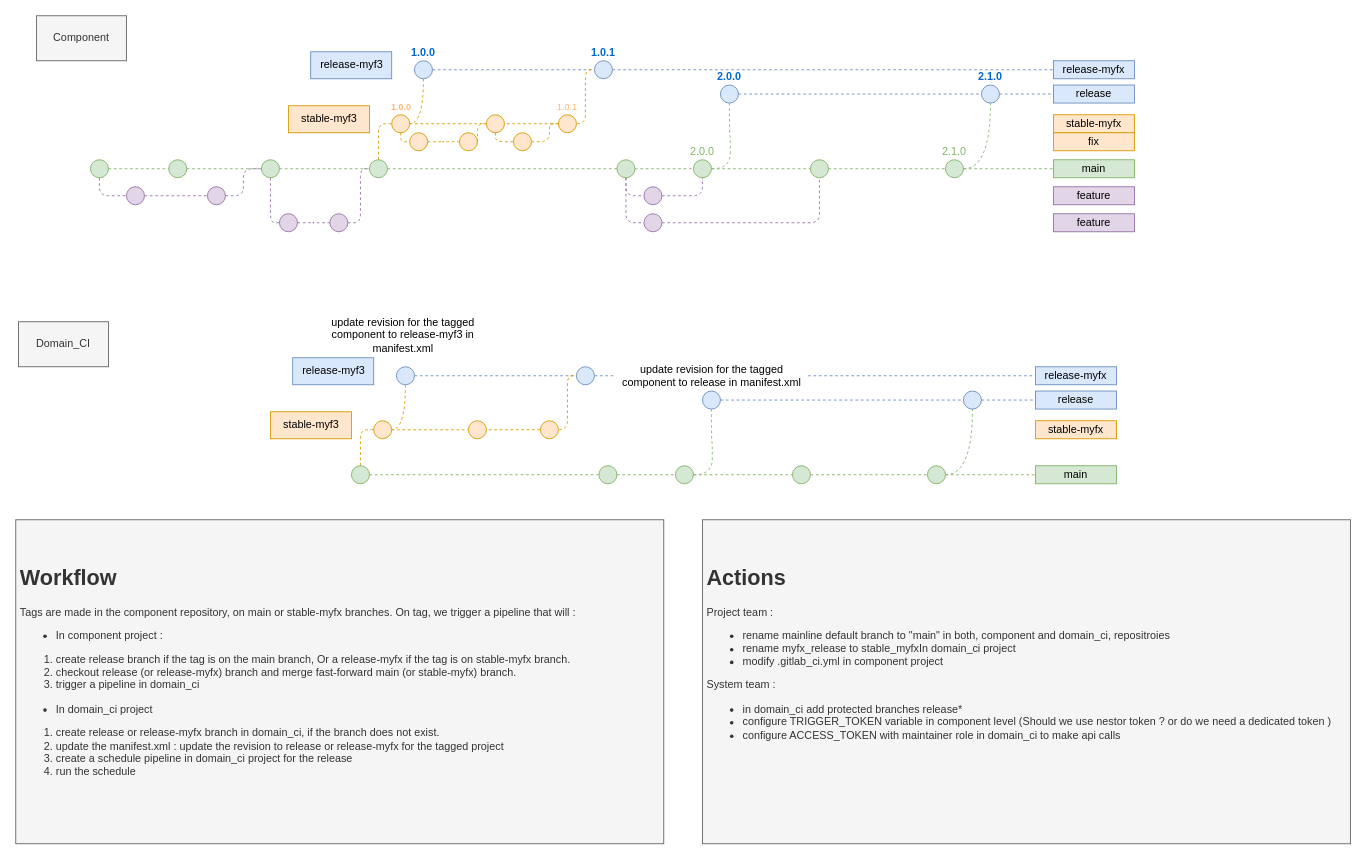
Before: page "gitflow" (1 of 2) of Untitled Diagram.drawio in salmen/renault, a draw.io diagram. Source tidied: cells renumbered, new cells numbered last; positions are measured from the earlier drawing's top-left corner, leaving out a move shared by most shapes. Both pictures are drawn from the tidied source at 90%, with x=0, y=0 at pixel (15, 15). Pictures stored in the file or linked from it are replaced by grey dashed boxes.
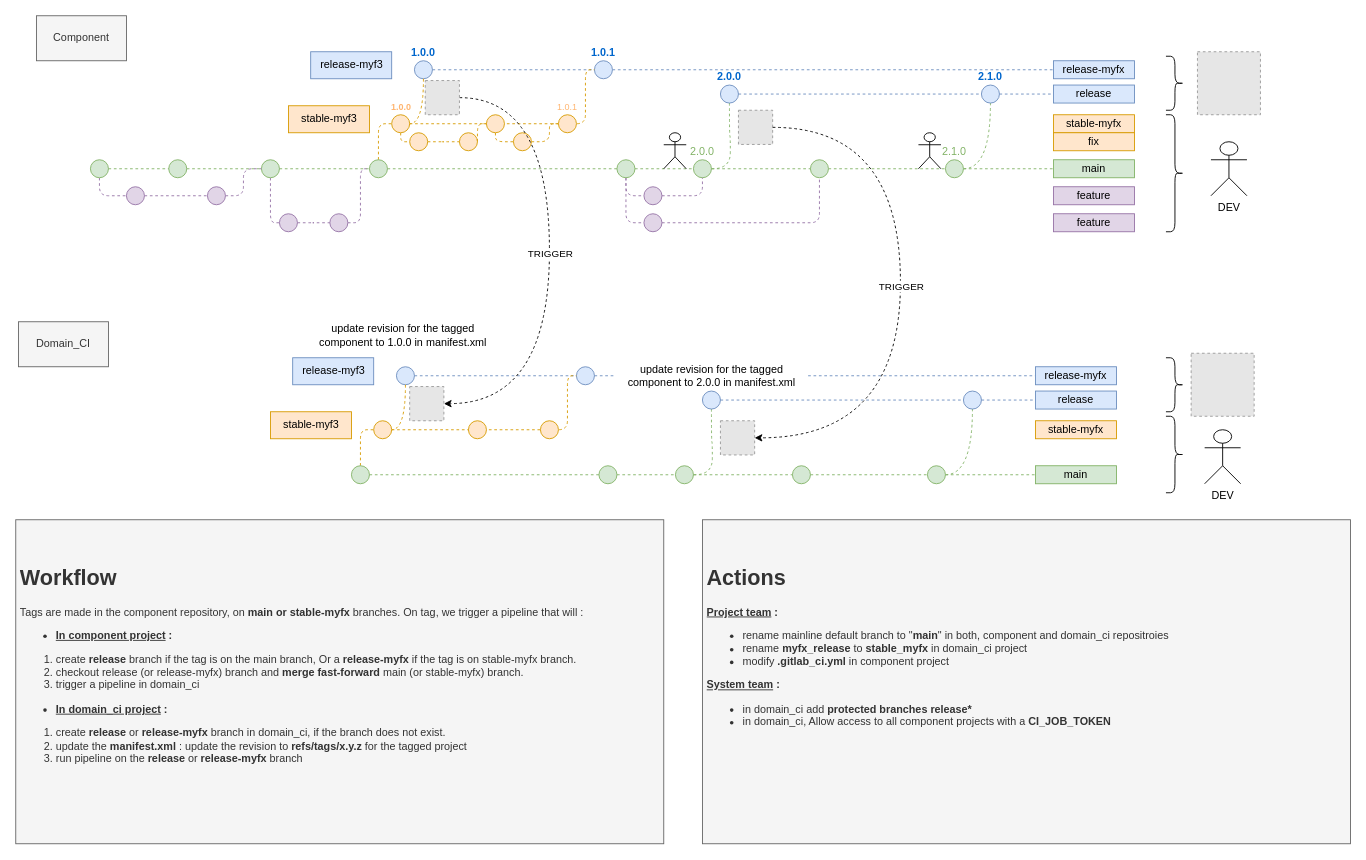
The same diagram, later.

The edit, as a diff of the source:
```diff
@@
-    <mxCell id="66" value="&lt;h1 style=&quot;border-color: var(--border-color);&quot;&gt;&lt;br&gt;&lt;/h1&gt;&lt;h1&gt;Workflow&lt;/h1&gt;&lt;p&gt;Tags are made in the component repository, on main or stable-myfx branches. On tag, we trigger a pipeline that will :&amp;nbsp;&lt;/p&gt;&lt;p&gt;&lt;/p&gt;&lt;ul&gt;&lt;li&gt;In component project :&lt;/li&gt;&lt;/ul&gt;&lt;p&gt;&lt;/p&gt;&lt;p&gt;&lt;/p&gt;&lt;ol&gt;&lt;li&gt;create release branch if the tag is on the main branch, Or a release-myfx if the tag is on stable-myfx branch.&lt;/li&gt;&lt;li&gt;checkout release (or release-myfx) branch and merge fast-forward main (or stable-myfx) branch.&lt;/li&gt;&lt;li&gt;trigger a pipeline in domain_ci&lt;/li&gt;&lt;/ol&gt;&lt;ul&gt;&lt;li&gt;In domain_ci project&lt;/li&gt;&lt;/ul&gt;&lt;ol&gt;&lt;li&gt;create release or release-myfx branch in domain_ci, if the branch does not exist.&lt;/li&gt;&lt;li&gt;&lt;span style=&quot;background-color: initial;&quot;&gt;update the manifest.xml : update the revision to release or release-myfx for the tagged project&lt;/span&gt;&lt;br&gt;&lt;/li&gt;&lt;li&gt;create a schedule pipeline in domain_ci project for the release&lt;/li&gt;&lt;li&gt;run the schedule&lt;/li&gt;&lt;/ol&gt;&lt;p&gt;&lt;/p&gt;" style="text;html=1;strokeColor=#666666;fillColor=#f5f5f5;spacing=5;spacingTop=-20;whiteSpace=wrap;overflow=hidden;rounded=0;fontSize=12;fontFamily=Helvetica;fontColor=#333333;" parent="1" vertex="1">
+    <mxCell id="66" value="&lt;h1 style=&quot;border-color: var(--border-color);&quot;&gt;&lt;br&gt;&lt;/h1&gt;&lt;h1&gt;Workflow&lt;/h1&gt;&lt;p&gt;Tags are made in the component repository, on &lt;b&gt;main or stable-myfx&lt;/b&gt; branches. On tag, we trigger a pipeline that will :&amp;nbsp;&lt;/p&gt;&lt;p&gt;&lt;/p&gt;&lt;ul&gt;&lt;li&gt;&lt;b style=&quot;&quot;&gt;&lt;u&gt;In component project&lt;/u&gt; :&lt;/b&gt;&lt;/li&gt;&lt;/ul&gt;&lt;p&gt;&lt;/p&gt;&lt;p&gt;&lt;/p&gt;&lt;ol&gt;&lt;li&gt;create &lt;b&gt;release&lt;/b&gt; branch if the tag is on the main branch, Or a&lt;b&gt; release-myfx&lt;/b&gt; if the tag is on stable-myfx branch.&lt;/li&gt;&lt;li&gt;checkout release (or release-myfx) branch and &lt;b&gt;merge fast-forward&lt;/b&gt; main (or stable-myfx) branch.&lt;/li&gt;&lt;li&gt;trigger a pipeline in domain_ci&lt;/li&gt;&lt;/ol&gt;&lt;ul&gt;&lt;li&gt;&lt;b style=&quot;&quot;&gt;&lt;u&gt;In domain_ci project&lt;/u&gt; :&lt;/b&gt;&lt;/li&gt;&lt;/ul&gt;&lt;ol&gt;&lt;li&gt;create &lt;b&gt;release&lt;/b&gt; or &lt;b&gt;release-myfx&lt;/b&gt; branch in domain_ci, if the branch does not exist.&lt;/li&gt;&lt;li&gt;&lt;span style=&quot;background-color: initial;&quot;&gt;update the &lt;b&gt;manifest.xml&lt;/b&gt; : update the revision to &lt;b&gt;refs/tags/x.y.z&lt;/b&gt; for the tagged project&lt;/span&gt;&lt;br&gt;&lt;/li&gt;&lt;li&gt;&lt;span style=&quot;background-color: initial;&quot;&gt;run pipeline on the &lt;b&gt;release&lt;/b&gt; or &lt;b&gt;release-myfx&lt;/b&gt; branch&lt;/span&gt;&lt;br&gt;&lt;/li&gt;&lt;/ol&gt;&lt;p&gt;&lt;/p&gt;" style="text;html=1;strokeColor=#666666;fillColor=#f5f5f5;spacing=5;spacingTop=-20;whiteSpace=wrap;overflow=hidden;rounded=0;fontSize=12;fontFamily=Helvetica;fontColor=#333333;" parent="1" vertex="1">
       <mxGeometry y="560" width="720" height="360" as="geometry" />
     </mxCell>
@@
-    <mxCell id="100" value="&lt;h1 style=&quot;border-color: var(--border-color);&quot;&gt;&lt;br&gt;&lt;/h1&gt;&lt;h1&gt;&lt;span style=&quot;background-color: initial;&quot;&gt;Actions&lt;/span&gt;&lt;/h1&gt;&lt;div&gt;Project team :&amp;nbsp;&lt;/div&gt;&lt;ul&gt;&lt;li&gt;&lt;span style=&quot;background-color: initial;&quot;&gt;rename mainline default branch to &quot;main&quot; in both, component and domain_ci, repositroies&amp;nbsp;&lt;/span&gt;&lt;/li&gt;&lt;li&gt;&lt;span style=&quot;background-color: initial;&quot;&gt;rename myfx_release to stable_myfx&lt;/span&gt;In domain_ci project&lt;/li&gt;&lt;li&gt;modify .gitlab_ci.yml in component project&lt;/li&gt;&lt;/ul&gt;&lt;div&gt;System team :&amp;nbsp;&lt;/div&gt;&lt;ul&gt;&lt;li&gt;in domain_ci add protected branches release*&lt;/li&gt;&lt;li&gt;configure TRIGGER_TOKEN variable in component level (Should we use nestor token ? or do we need a dedicated token )&lt;/li&gt;&lt;li&gt;configure ACCESS_TOKEN with maintainer role in domain_ci to make api calls&lt;/li&gt;&lt;/ul&gt;&lt;p&gt;&lt;/p&gt;" style="text;html=1;strokeColor=#666666;fillColor=#f5f5f5;spacing=5;spacingTop=-20;whiteSpace=wrap;overflow=hidden;rounded=0;fontSize=12;fontFamily=Helvetica;fontColor=#333333;" parent="1" vertex="1">
+    <mxCell id="100" value="&lt;h1 style=&quot;border-color: var(--border-color);&quot;&gt;&lt;br&gt;&lt;/h1&gt;&lt;h1&gt;&lt;span style=&quot;background-color: initial;&quot;&gt;Actions&lt;/span&gt;&lt;/h1&gt;&lt;div&gt;&lt;b&gt;&lt;u&gt;Project team&lt;/u&gt; :&lt;/b&gt;&lt;/div&gt;&lt;ul&gt;&lt;li&gt;&lt;span style=&quot;background-color: initial;&quot;&gt;rename mainline default branch to &quot;&lt;b&gt;main&lt;/b&gt;&quot; in both, component and domain_ci repositroies&amp;nbsp;&lt;/span&gt;&lt;/li&gt;&lt;li&gt;&lt;span style=&quot;background-color: initial;&quot;&gt;rename &lt;b&gt;myfx_release&lt;/b&gt; to &lt;b&gt;stable_myfx&lt;/b&gt; i&lt;/span&gt;n domain_ci project&lt;/li&gt;&lt;li&gt;modify &lt;b&gt;.gitlab_ci.yml&lt;/b&gt; in component project&lt;/li&gt;&lt;/ul&gt;&lt;div&gt;&lt;b&gt;&lt;u&gt;System team&lt;/u&gt; :&lt;/b&gt;&lt;/div&gt;&lt;ul&gt;&lt;li&gt;in domain_ci add &lt;b&gt;protected branches release*&lt;/b&gt;&lt;/li&gt;&lt;li&gt;in domain_ci, Allow access to all component projects with a &lt;b&gt;CI_JOB_TOKEN&lt;/b&gt;&lt;/li&gt;&lt;/ul&gt;&lt;p&gt;&lt;/p&gt;" style="text;html=1;strokeColor=#666666;fillColor=#f5f5f5;spacing=5;spacingTop=-20;whiteSpace=wrap;overflow=hidden;rounded=0;fontSize=12;fontFamily=Helvetica;fontColor=#333333;" parent="1" vertex="1">
       <mxGeometry x="763" y="560" width="720" height="360" as="geometry" />
     </mxCell>
-    <mxCell id="101" value="update revision for the tagged component to release-myf3 in manifest.xml&lt;br&gt;" style="text;html=1;strokeColor=none;fillColor=none;align=center;verticalAlign=middle;whiteSpace=wrap;rounded=0;" parent="1" vertex="1">
+    <mxCell id="101" value="update revision for the tagged component to 1.0.0 in manifest.xml" style="text;html=1;strokeColor=none;fillColor=none;align=center;verticalAlign=middle;whiteSpace=wrap;rounded=0;" parent="1" vertex="1">
       <mxGeometry x="323" y="330" width="214.7" height="50" as="geometry" />
     </mxCell>
@@
-    <mxCell id="103" value="update revision for the tagged component to release in manifest.xml" style="text;html=1;strokeColor=none;fillColor=none;align=center;verticalAlign=middle;whiteSpace=wrap;rounded=0;" parent="1" vertex="1">
+    <mxCell id="103" value="update revision for the tagged component to 2.0.0 in manifest.xml" style="text;html=1;strokeColor=none;fillColor=none;align=center;verticalAlign=middle;whiteSpace=wrap;rounded=0;" parent="1" vertex="1">
       <mxGeometry x="665.7" y="375" width="214.7" height="50" as="geometry" />
     </mxCell>
+    <mxCell id="104" value="DEV" style="shape=umlActor;verticalLabelPosition=bottom;verticalAlign=top;html=1;" parent="1" vertex="1">
+      <mxGeometry x="1328" y="140" width="40" height="60" as="geometry" />
+    </mxCell>
+    <mxCell id="105" style="fillColor=#E6E6E6;strokeColor=#999999;dashed=1;verticalLabelPosition=bottom;labelBackgroundColor=default;verticalAlign=top;" parent="1" vertex="1">
+      <mxGeometry x="1313" y="40" width="70" height="70" as="geometry" />
+    </mxCell>
+    <mxCell id="106" value="DEV" style="shape=umlActor;verticalLabelPosition=bottom;verticalAlign=top;html=1;" parent="1" vertex="1">
+      <mxGeometry x="1321" y="460" width="40" height="60" as="geometry" />
+    </mxCell>
+    <mxCell id="107" style="fillColor=#E6E6E6;strokeColor=#999999;dashed=1;verticalLabelPosition=bottom;labelBackgroundColor=default;verticalAlign=top;" parent="1" vertex="1">
+      <mxGeometry x="1306" y="375" width="70" height="70" as="geometry" />
+    </mxCell>
+    <mxCell id="108" style="shape=curlyBracket;whiteSpace=wrap;html=1;rounded=1;flipH=1;labelPosition=right;verticalLabelPosition=middle;align=left;verticalAlign=middle;" parent="1" vertex="1">
+      <mxGeometry x="1278" y="110" width="20" height="130" as="geometry" />
+    </mxCell>
+    <mxCell id="109" style="shape=curlyBracket;whiteSpace=wrap;html=1;rounded=1;flipH=1;labelPosition=right;verticalLabelPosition=middle;align=left;verticalAlign=middle;" parent="1" vertex="1">
+      <mxGeometry x="1278" y="45" width="20" height="60" as="geometry" />
+    </mxCell>
+    <mxCell id="110" style="shape=curlyBracket;whiteSpace=wrap;html=1;rounded=1;flipH=1;labelPosition=right;verticalLabelPosition=middle;align=left;verticalAlign=middle;" parent="1" vertex="1">
+      <mxGeometry x="1278" y="445" width="20" height="85" as="geometry" />
+    </mxCell>
+    <mxCell id="111" style="shape=curlyBracket;whiteSpace=wrap;html=1;rounded=1;flipH=1;labelPosition=right;verticalLabelPosition=middle;align=left;verticalAlign=middle;" parent="1" vertex="1">
+      <mxGeometry x="1278" y="380" width="20" height="60" as="geometry" />
+    </mxCell>
+    <mxCell id="112" style="edgeStyle=orthogonalEdgeStyle;rounded=0;jettySize=auto;html=1;exitX=1;exitY=0.5;exitDx=0;exitDy=0;entryX=1;entryY=0.5;entryDx=0;entryDy=0;curved=1;dashed=1;" parent="1" edge="1" source="114" target="116">
+      <mxGeometry relative="1" as="geometry">
+        <Array as="points">
+          <mxPoint x="593" y="91" />
+          <mxPoint x="593" y="431" />
+        </Array>
+      </mxGeometry>
+    </mxCell>
+    <mxCell id="113" value="TRIGGER" style="edgeLabel;html=1;align=center;verticalAlign=middle;" parent="112" vertex="1">
+      <mxGeometry x="-0.02" relative="1" as="geometry" />
+    </mxCell>
+    <mxCell id="114" style="fillColor=#E6E6E6;strokeColor=#999999;dashed=1;verticalLabelPosition=bottom;labelBackgroundColor=default;verticalAlign=top;" parent="1" vertex="1">
+      <mxGeometry x="455" y="72" width="38" height="38" as="geometry" />
+    </mxCell>
+    <mxCell id="115" style="fillColor=#E6E6E6;strokeColor=#999999;dashed=1;verticalLabelPosition=bottom;labelBackgroundColor=default;verticalAlign=top;" parent="1" vertex="1">
+      <mxGeometry x="803" y="105" width="38" height="38" as="geometry" />
+    </mxCell>
+    <mxCell id="116" style="fillColor=#E6E6E6;strokeColor=#999999;dashed=1;verticalLabelPosition=bottom;labelBackgroundColor=default;verticalAlign=top;" parent="1" vertex="1">
+      <mxGeometry x="437.7" y="412" width="38" height="38" as="geometry" />
+    </mxCell>
+    <mxCell id="117" style="fillColor=#E6E6E6;strokeColor=#999999;dashed=1;verticalLabelPosition=bottom;labelBackgroundColor=default;verticalAlign=top;" parent="1" vertex="1">
+      <mxGeometry x="783" y="450" width="38" height="38" as="geometry" />
+    </mxCell>
+    <mxCell id="118" style="rounded=0;jettySize=auto;html=1;entryX=1;entryY=0.5;entryDx=0;entryDy=0;dashed=1;exitX=1;exitY=0.5;exitDx=0;exitDy=0;edgeStyle=orthogonalEdgeStyle;curved=1;" parent="1" edge="1" source="115" target="117">
+      <mxGeometry relative="1" as="geometry">
+        <Array as="points">
+          <mxPoint x="983" y="124" />
+          <mxPoint x="983" y="469" />
+        </Array>
+      </mxGeometry>
+    </mxCell>
+    <mxCell id="119" value="TRIGGER" style="edgeLabel;html=1;align=center;verticalAlign=middle;" parent="118" vertex="1">
+      <mxGeometry x="-0.02" relative="1" as="geometry" />
+    </mxCell>
+    <mxCell id="120" style="shape=umlActor;verticalLabelPosition=bottom;verticalAlign=top;html=1;" parent="1" vertex="1">
+      <mxGeometry x="1003" y="130" width="25" height="40" as="geometry" />
+    </mxCell>
+    <mxCell id="121" style="shape=umlActor;verticalLabelPosition=bottom;verticalAlign=top;html=1;" parent="1" vertex="1">
+      <mxGeometry x="720" y="130" width="25" height="40" as="geometry" />
+    </mxCell>
```
